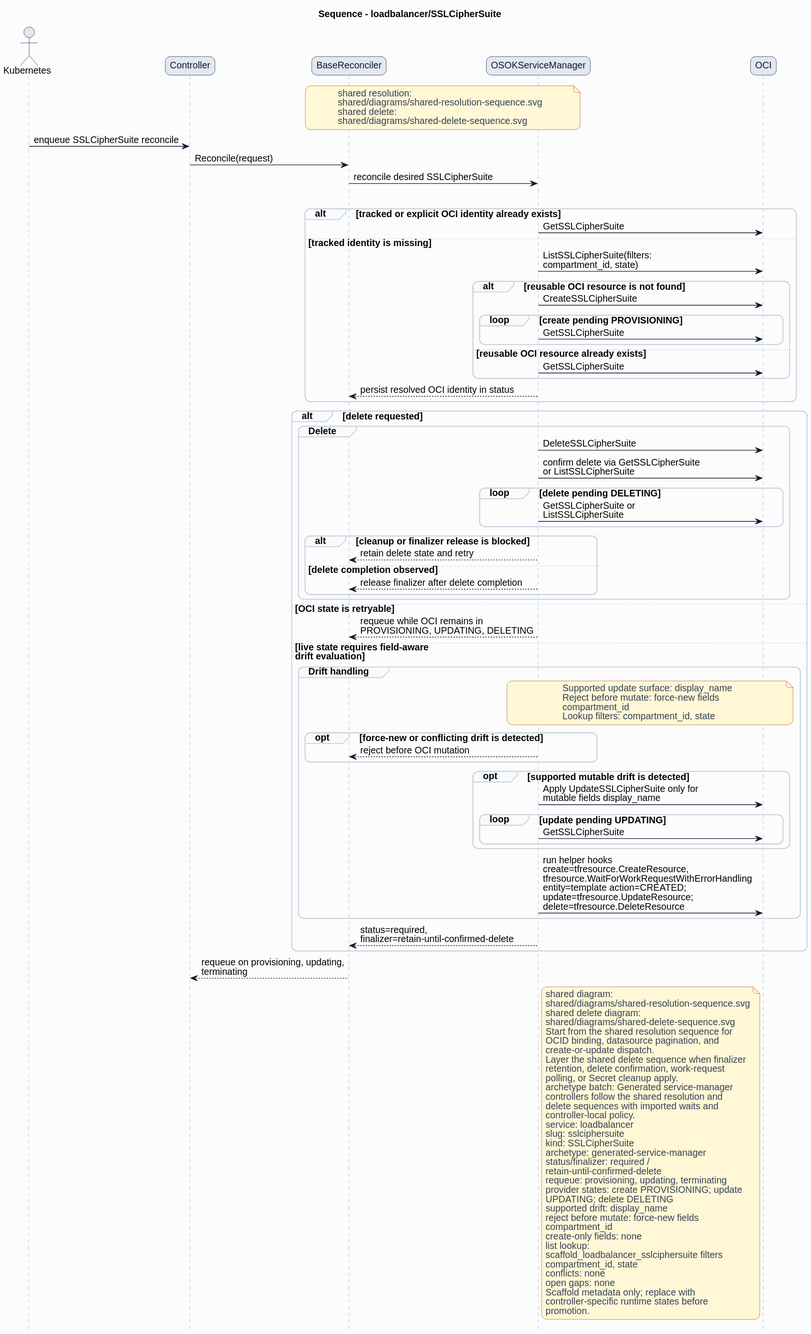
Earlier version of the PlantUML export formal/controllers/loadbalancer/sslciphersuite/diagrams/sequence.svg (HaoyL666/oci-service-operator).
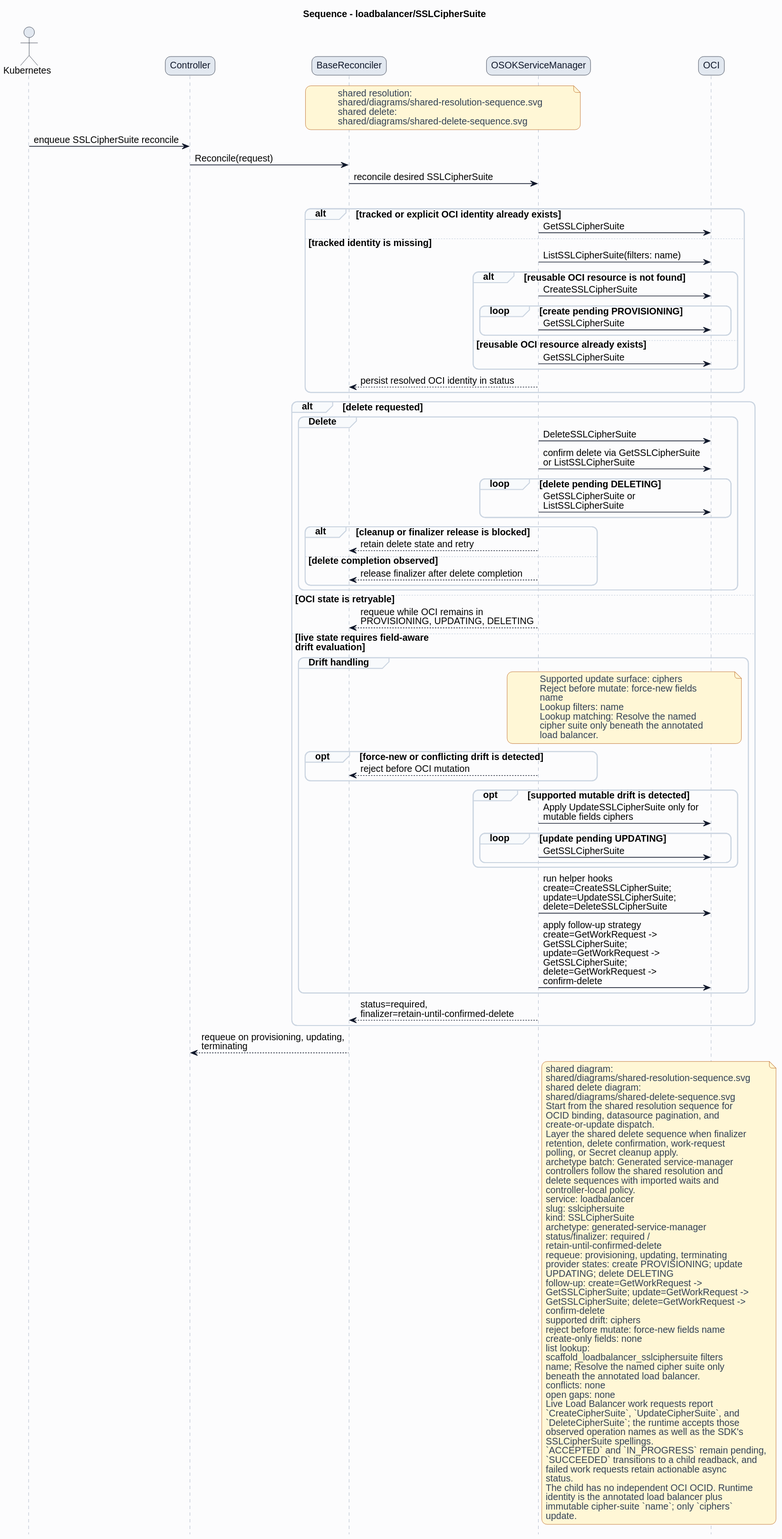
After the change.

Diff of the diagram source:
```diff
@@ -38,7 +38,7 @@
 alt tracked or explicit OCI identity already exists
 ServiceManager -> OCI: GetSSLCipherSuite
 else tracked identity is missing
-ServiceManager -> OCI: ListSSLCipherSuite(filters:\ncompartment_id, state)
+ServiceManager -> OCI: ListSSLCipherSuite(filters: name)
 alt reusable OCI resource is not found
 ServiceManager -> OCI: CreateSSLCipherSuite
 loop create pending PROVISIONING
@@ -67,21 +67,25 @@
 else live state requires field-aware\ndrift evaluation
 group Drift handling
 note over ServiceManager,OCI
-Supported update surface: display_name
+Supported update surface: ciphers
 Reject before mutate: force-new fields
-compartment_id
-Lookup filters: compartment_id, state
+name
+Lookup filters: name
+Lookup matching: Resolve the named
+cipher suite only beneath the annotated
+load balancer.
 end note
 opt force-new or conflicting drift is detected
 ServiceManager --> BaseReconciler: reject before OCI mutation
 end
 opt supported mutable drift is detected
-ServiceManager -> OCI: Apply UpdateSSLCipherSuite only for\nmutable fields display_name
+ServiceManager -> OCI: Apply UpdateSSLCipherSuite only for\nmutable fields ciphers
 loop update pending UPDATING
 ServiceManager -> OCI: GetSSLCipherSuite
 end
 end
-ServiceManager -> OCI: run helper hooks\ncreate=tfresource.CreateResource,\ntfresource.WaitForWorkRequestWithErrorHandling\nentity=template action=CREATED;\nupdate=tfresource.UpdateResource;\ndelete=tfresource.DeleteResource
+ServiceManager -> OCI: run helper hooks\ncreate=CreateSSLCipherSuite;\nupdate=UpdateSSLCipherSuite;\ndelete=DeleteSSLCipherSuite
+ServiceManager -> OCI: apply follow-up strategy\ncreate=GetWorkRequest ->\nGetSSLCipherSuite;\nupdate=GetWorkRequest ->\nGetSSLCipherSuite;\ndelete=GetWorkRequest ->\nconfirm-delete
 end
 ServiceManager --> BaseReconciler: status=required,\nfinalizer=retain-until-confirmed-delete
 end
@@ -110,17 +114,31 @@
 requeue: provisioning, updating, terminating
 provider states: create PROVISIONING; update
 UPDATING; delete DELETING
-supported drift: display_name
-reject before mutate: force-new fields
-compartment_id
+follow-up: create=GetWorkRequest ->
+GetSSLCipherSuite; update=GetWorkRequest ->
+GetSSLCipherSuite; delete=GetWorkRequest ->
+confirm-delete
+supported drift: ciphers
+reject before mutate: force-new fields name
 create-only fields: none
 list lookup:
 scaffold_loadbalancer_sslciphersuite filters
-compartment_id, state
+name; Resolve the named cipher suite only
+beneath the annotated load balancer.
 conflicts: none
 open gaps: none
-Scaffold metadata only; replace with
-controller-specific runtime states before
-promotion.
+Live Load Balancer work requests report
+`CreateCipherSuite`, `UpdateCipherSuite`, and
+`DeleteCipherSuite`; the runtime accepts those
+observed operation names as well as the SDK's
+SSLCipherSuite spellings.
+`ACCEPTED` and `IN_PROGRESS` remain pending,
+`SUCCEEDED` transitions to a child readback, and
+failed work requests retain actionable async
+status.
+The child has no independent OCI OCID. Runtime
+identity is the annotated load balancer plus
+immutable cipher-suite `name`; only `ciphers`
+update.
 end note
 @enduml
```
